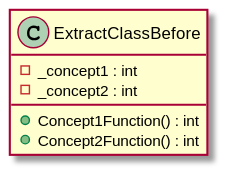
Earlier version of the PlantUML export uml/Extract/Before/ExtractClassBefore.svg (claremacrae/RefactoringSamples).
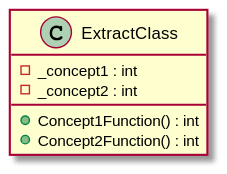
Above is the later version.

Commit message:
Remove unnecessary Before suffix from class names

Diff of the diagram source:
```diff
@@ -1,5 +1,5 @@
 @startuml
-class ExtractClassBefore {
+class ExtractClass {
     - _concept1 : int
     - _concept2 : int
     + Concept1Function() : int
```
